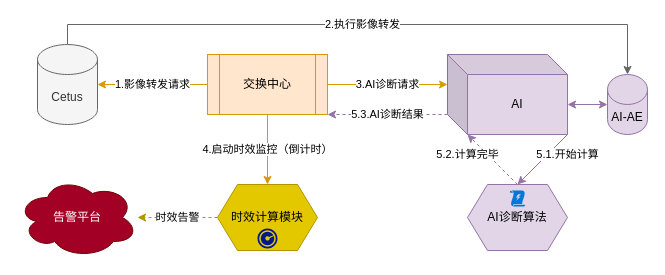
This is uih/千县/千县-诊断时效性监控.drawio from xzs603/draw.io, a draw.io file, before an edit. Source tidied: cells renumbered, new cells numbered last; positions are measured from the earlier drawing's top-left corner, leaving out a move shared by most shapes. Both pictures are drawn from the tidied source at 100%, with x=0, y=0 at pixel (17, 44).
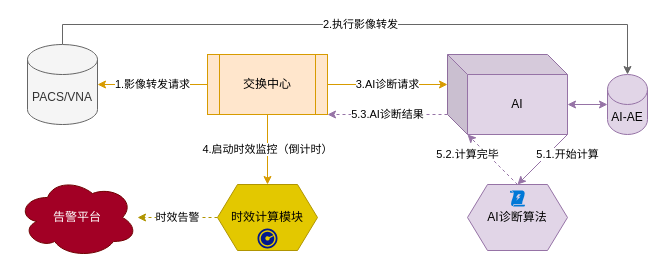
The same diagram, later.

Change to the diagram source:
```diff
@@
 <mxGraphModel>
   <root>
     <mxCell id="0" />
     <mxCell id="1" parent="0" />
     <mxCell id="2" value="1.影像转发请求" style="edgeStyle=orthogonalEdgeStyle;rounded=0;jettySize=auto;html=1;exitX=0;exitY=0.5;exitDx=0;exitDy=0;entryX=1;entryY=0.5;entryDx=0;entryDy=0;entryPerimeter=0;fillColor=#ffe6cc;strokeColor=#d79b00;" parent="1" edge="1" source="5" target="7">
       <mxGeometry relative="1" as="geometry" />
     </mxCell>
     <mxCell id="3" value="3.AI诊断请求" style="edgeStyle=orthogonalEdgeStyle;rounded=0;jettySize=auto;html=1;exitX=1;exitY=0.5;exitDx=0;exitDy=0;entryX=0;entryY=0;entryDx=0;entryDy=30;entryPerimeter=0;fillColor=#ffe6cc;strokeColor=#d79b00;" parent="1" edge="1" source="5" target="10">
       <mxGeometry relative="1" as="geometry" />
     </mxCell>
     <mxCell id="4" value="4.启动时效监控（倒计时）" style="edgeStyle=orthogonalEdgeStyle;rounded=0;jettySize=auto;html=1;exitX=0.5;exitY=1;exitDx=0;exitDy=0;fillColor=#ffe6cc;strokeColor=#d79b00;" parent="1" edge="1" source="5" target="14">
       <mxGeometry relative="1" as="geometry" />
     </mxCell>
     <mxCell id="5" value="交换中心" style="shape=process;whiteSpace=wrap;html=1;backgroundOutline=1;fillColor=#ffe6cc;strokeColor=#d79b00;" parent="1" vertex="1">
       <mxGeometry x="190" y="10" width="120" height="60" as="geometry" />
     </mxCell>
     <mxCell id="6" value="2.执行影像转发" style="edgeStyle=orthogonalEdgeStyle;rounded=0;jettySize=auto;html=1;exitX=0.5;exitY=0;exitDx=0;exitDy=0;exitPerimeter=0;entryX=0.5;entryY=0;entryDx=0;entryDy=0;entryPerimeter=0;fillColor=#f5f5f5;strokeColor=#666666;" parent="1" edge="1" source="7" target="11">
       <mxGeometry relative="1" as="geometry" />
     </mxCell>
-    <mxCell id="7" value="Cetus" style="shape=cylinder3;whiteSpace=wrap;html=1;boundedLbl=1;backgroundOutline=1;size=15;fillColor=#f5f5f5;fontColor=#333333;strokeColor=#666666;" parent="1" vertex="1">
-      <mxGeometry x="20" width="60" height="80" as="geometry" />
+    <mxCell id="7" value="PACS/VNA" style="shape=cylinder3;whiteSpace=wrap;html=1;boundedLbl=1;backgroundOutline=1;size=15;fillColor=#f5f5f5;fontColor=#333333;strokeColor=#666666;" parent="1" vertex="1">
+      <mxGeometry x="10" width="70" height="80" as="geometry" />
     </mxCell>
     <mxCell id="8" value="5.1.开始计算" style="rounded=0;jettySize=auto;html=1;exitX=1;exitY=1;exitDx=0;exitDy=0;exitPerimeter=0;entryX=0.5;entryY=0;entryDx=0;entryDy=0;fillColor=#e1d5e7;strokeColor=#9673a6;" parent="1" edge="1" source="10" target="16">
       <mxGeometry x="-0.6" y="14" relative="1" as="geometry" />
     </mxCell>
     <mxCell id="9" value="5.3.AI诊断结果" style="edgeStyle=none;rounded=0;jettySize=auto;html=1;exitX=0;exitY=0;exitDx=0;exitDy=60;exitPerimeter=0;entryX=1;entryY=1;entryDx=0;entryDy=0;dashed=1;fillColor=#e1d5e7;strokeColor=#9673a6;" parent="1" edge="1" source="10" target="5">
       <mxGeometry relative="1" as="geometry" />
     </mxCell>
     <mxCell id="10" value="AI" style="shape=cube;whiteSpace=wrap;html=1;boundedLbl=1;backgroundOutline=1;darkOpacity=0.05;darkOpacity2=0.1;fillColor=#e1d5e7;strokeColor=#9673a6;" parent="1" vertex="1">
       <mxGeometry x="430" y="10" width="120" height="80" as="geometry" />
     </mxCell>
     <mxCell id="11" value="AI-AE" style="shape=cylinder3;whiteSpace=wrap;html=1;boundedLbl=1;backgroundOutline=1;size=15;fillColor=#e1d5e7;strokeColor=#9673a6;" parent="1" vertex="1">
       <mxGeometry x="590" y="30" width="40" height="60" as="geometry" />
     </mxCell>
     <mxCell id="12" style="endArrow=classic;startArrow=classic;html=1;rounded=0;entryX=0;entryY=0.5;entryDx=0;entryDy=0;entryPerimeter=0;exitX=0;exitY=0;exitDx=120;exitDy=50;exitPerimeter=0;fillColor=#e1d5e7;strokeColor=#9673a6;" parent="1" edge="1" source="10" target="11">
       <mxGeometry relative="1" as="geometry" />
     </mxCell>
     <mxCell id="13" value="时效告警" style="edgeStyle=none;rounded=0;jettySize=auto;html=1;exitX=0;exitY=0.5;exitDx=0;exitDy=0;dashed=1;fillColor=#e3c800;strokeColor=#B09500;" parent="1" edge="1" source="14" target="17">
       <mxGeometry relative="1" as="geometry" />
     </mxCell>
     <mxCell id="14" value="时效计算模块" style="shape=hexagon;perimeter=hexagonPerimeter2;whiteSpace=wrap;html=1;fixedSize=1;fillColor=#e3c800;strokeColor=#B09500;fontColor=#000000;" parent="1" vertex="1">
       <mxGeometry x="200" y="140" width="100" height="66" as="geometry" />
     </mxCell>
     <mxCell id="15" value="5.2.计算完毕" style="edgeStyle=none;rounded=0;jettySize=auto;html=1;entryX=0;entryY=0;entryDx=20;entryDy=80;entryPerimeter=0;exitX=0.5;exitY=0;exitDx=0;exitDy=0;fillColor=#e1d5e7;strokeColor=#9673a6;dashed=1;" parent="1" edge="1" source="16" target="10">
       <mxGeometry x="0.6" y="14" relative="1" as="geometry" />
     </mxCell>
     <mxCell id="16" value="AI诊断算法" style="shape=hexagon;perimeter=hexagonPerimeter2;whiteSpace=wrap;html=1;fixedSize=1;fillColor=#e1d5e7;strokeColor=#9673a6;" parent="1" vertex="1">
       <mxGeometry x="450" y="140" width="100" height="66" as="geometry" />
     </mxCell>
     <mxCell id="17" value="告警平台" style="ellipse;shape=cloud;whiteSpace=wrap;html=1;fillColor=#a20025;fontColor=#ffffff;strokeColor=#6F0000;" parent="1" vertex="1">
       <mxGeometry y="133" width="120" height="80" as="geometry" />
     </mxCell>
     <mxCell id="18" style="sketch=0;shadow=0;dashed=0;html=1;strokeColor=none;labelPosition=center;verticalLabelPosition=bottom;verticalAlign=top;align=center;fillColor=#00188D;shape=mxgraph.mscae.enterprise.performance;" parent="1" vertex="1">
       <mxGeometry x="240" y="184" width="20" height="20" as="geometry" />
     </mxCell>
     <mxCell id="19" style="sketch=0;shadow=0;dashed=0;html=1;strokeColor=none;labelPosition=center;verticalLabelPosition=bottom;verticalAlign=top;align=center;shape=mxgraph.mscae.enterprise.triggers;fillColor=#0078D7;" parent="1" vertex="1">
       <mxGeometry x="492.5" y="146" width="15" height="16" as="geometry" />
     </mxCell>
   </root>
 </mxGraphModel>
```
